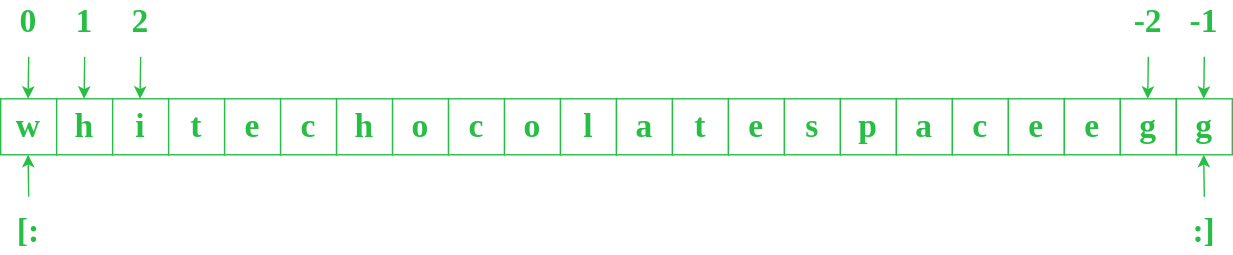
VChuzlov/SA keeps this draw.io diagram as 2024/Lec/Lec-01/slice.drawio.svg. Above is the earlier version. Source tidied: cells renumbered, new cells last; positions are measured from the earlier drawing's top-left corner, leaving out a move shared by most shapes. Source of this version:
```xml
<mxGraphModel>
  <root>
    <mxCell id="0" />
    <mxCell id="1" parent="0" />
    <mxCell id="2" value="w" style="whiteSpace=wrap;html=1;fontStyle=1;fontFamily=Consolas;fontSize=24;strokeColor=#28BE46;fontColor=#28BE46;" parent="1" vertex="1">
      <mxGeometry y="70" width="40" height="40" as="geometry" />
    </mxCell>
    <mxCell id="3" value="h" style="whiteSpace=wrap;html=1;fontStyle=1;fontFamily=Consolas;fontSize=24;strokeColor=#28BE46;fontColor=#28BE46;" parent="1" vertex="1">
      <mxGeometry x="40" y="70" width="40" height="40" as="geometry" />
    </mxCell>
    <mxCell id="4" value="i" style="whiteSpace=wrap;html=1;fontStyle=1;fontFamily=Consolas;fontSize=24;strokeColor=#28BE46;fontColor=#28BE46;" parent="1" vertex="1">
      <mxGeometry x="80" y="70" width="40" height="40" as="geometry" />
    </mxCell>
    <mxCell id="5" value="t" style="whiteSpace=wrap;html=1;fontStyle=1;fontFamily=Consolas;fontSize=24;strokeColor=#28BE46;fontColor=#28BE46;" parent="1" vertex="1">
      <mxGeometry x="120" y="70" width="40" height="40" as="geometry" />
    </mxCell>
    <mxCell id="6" value="e" style="whiteSpace=wrap;html=1;fontStyle=1;fontFamily=Consolas;fontSize=24;strokeColor=#28BE46;fontColor=#28BE46;" parent="1" vertex="1">
      <mxGeometry x="160" y="70" width="40" height="40" as="geometry" />
    </mxCell>
    <mxCell id="7" value="c" style="whiteSpace=wrap;html=1;fontStyle=1;fontFamily=Consolas;fontSize=24;strokeColor=#28BE46;fontColor=#28BE46;" parent="1" vertex="1">
      <mxGeometry x="200" y="70" width="40" height="40" as="geometry" />
    </mxCell>
    <mxCell id="8" value="h" style="whiteSpace=wrap;html=1;fontStyle=1;fontFamily=Consolas;fontSize=24;strokeColor=#28BE46;fontColor=#28BE46;" parent="1" vertex="1">
      <mxGeometry x="240" y="70" width="40" height="40" as="geometry" />
    </mxCell>
    <mxCell id="9" value="o" style="whiteSpace=wrap;html=1;fontStyle=1;fontFamily=Consolas;fontSize=24;strokeColor=#28BE46;fontColor=#28BE46;" parent="1" vertex="1">
      <mxGeometry x="280" y="70" width="40" height="40" as="geometry" />
    </mxCell>
    <mxCell id="10" value="c" style="whiteSpace=wrap;html=1;fontStyle=1;fontFamily=Consolas;fontSize=24;strokeColor=#28BE46;fontColor=#28BE46;" parent="1" vertex="1">
      <mxGeometry x="320" y="70" width="40" height="40" as="geometry" />
    </mxCell>
    <mxCell id="11" value="o" style="whiteSpace=wrap;html=1;fontStyle=1;fontFamily=Consolas;fontSize=24;strokeColor=#28BE46;fontColor=#28BE46;" parent="1" vertex="1">
      <mxGeometry x="360" y="70" width="40" height="40" as="geometry" />
    </mxCell>
    <mxCell id="12" value="l" style="whiteSpace=wrap;html=1;fontStyle=1;fontFamily=Consolas;fontSize=24;strokeColor=#28BE46;fontColor=#28BE46;" parent="1" vertex="1">
      <mxGeometry x="400" y="70" width="40" height="40" as="geometry" />
    </mxCell>
    <mxCell id="13" value="a" style="whiteSpace=wrap;html=1;fontStyle=1;fontFamily=Consolas;fontSize=24;strokeColor=#28BE46;fontColor=#28BE46;" parent="1" vertex="1">
      <mxGeometry x="440" y="70" width="40" height="40" as="geometry" />
    </mxCell>
    <mxCell id="14" value="t" style="whiteSpace=wrap;html=1;fontStyle=1;fontFamily=Consolas;fontSize=24;strokeColor=#28BE46;fontColor=#28BE46;" parent="1" vertex="1">
      <mxGeometry x="480" y="70" width="40" height="40" as="geometry" />
    </mxCell>
    <mxCell id="15" value="e" style="whiteSpace=wrap;html=1;fontStyle=1;fontFamily=Consolas;fontSize=24;strokeColor=#28BE46;fontColor=#28BE46;" parent="1" vertex="1">
      <mxGeometry x="520" y="70" width="40" height="40" as="geometry" />
    </mxCell>
    <mxCell id="16" value="s" style="whiteSpace=wrap;html=1;fontStyle=1;fontFamily=Consolas;fontSize=24;strokeColor=#28BE46;fontColor=#28BE46;" parent="1" vertex="1">
      <mxGeometry x="560" y="70" width="40" height="40" as="geometry" />
    </mxCell>
    <mxCell id="17" value="p" style="whiteSpace=wrap;html=1;fontStyle=1;fontFamily=Consolas;fontSize=24;strokeColor=#28BE46;fontColor=#28BE46;" parent="1" vertex="1">
      <mxGeometry x="600" y="70" width="40" height="40" as="geometry" />
    </mxCell>
    <mxCell id="18" value="a" style="whiteSpace=wrap;html=1;fontStyle=1;fontFamily=Consolas;fontSize=24;strokeColor=#28BE46;fontColor=#28BE46;" parent="1" vertex="1">
      <mxGeometry x="640" y="70" width="40" height="40" as="geometry" />
    </mxCell>
    <mxCell id="19" value="c" style="whiteSpace=wrap;html=1;fontStyle=1;fontFamily=Consolas;fontSize=24;strokeColor=#28BE46;fontColor=#28BE46;" parent="1" vertex="1">
      <mxGeometry x="680" y="70" width="40" height="40" as="geometry" />
    </mxCell>
    <mxCell id="20" value="e" style="whiteSpace=wrap;html=1;fontStyle=1;fontFamily=Consolas;fontSize=24;strokeColor=#28BE46;fontColor=#28BE46;" parent="1" vertex="1">
      <mxGeometry x="720" y="70" width="40" height="40" as="geometry" />
    </mxCell>
    <mxCell id="21" value="e" style="whiteSpace=wrap;html=1;fontStyle=1;fontFamily=Consolas;fontSize=24;strokeColor=#28BE46;fontColor=#28BE46;" parent="1" vertex="1">
      <mxGeometry x="760" y="70" width="40" height="40" as="geometry" />
    </mxCell>
    <mxCell id="22" value="g" style="whiteSpace=wrap;html=1;fontStyle=1;fontFamily=Consolas;fontSize=24;strokeColor=#28BE46;fontColor=#28BE46;" parent="1" vertex="1">
      <mxGeometry x="800" y="70" width="40" height="40" as="geometry" />
    </mxCell>
    <mxCell id="23" value="g" style="whiteSpace=wrap;html=1;fontStyle=1;fontFamily=Consolas;fontSize=24;strokeColor=#28BE46;fontColor=#28BE46;" parent="1" vertex="1">
      <mxGeometry x="840" y="70" width="40" height="40" as="geometry" />
    </mxCell>
    <mxCell id="24" style="endArrow=classic;html=1;fontFamily=Consolas;fontSize=24;fontColor=#28BE46;strokeColor=#28BE46;fontStyle=1;" parent="1" edge="1">
      <mxGeometry relative="1" as="geometry">
        <mxPoint x="20" y="40" as="sourcePoint" />
        <mxPoint x="19.6" y="70" as="targetPoint" />
      </mxGeometry>
    </mxCell>
    <mxCell id="25" style="endArrow=classic;html=1;fontFamily=Consolas;fontSize=24;fontColor=#28BE46;strokeColor=#28BE46;fontStyle=1;" parent="1" edge="1">
      <mxGeometry relative="1" as="geometry">
        <mxPoint x="860" y="40" as="sourcePoint" />
        <mxPoint x="859.6" y="70" as="targetPoint" />
      </mxGeometry>
    </mxCell>
    <mxCell id="26" style="endArrow=classic;html=1;fontFamily=Consolas;fontSize=24;fontColor=#28BE46;strokeColor=#28BE46;fontStyle=1;" parent="1" edge="1">
      <mxGeometry relative="1" as="geometry">
        <mxPoint x="60" y="40" as="sourcePoint" />
        <mxPoint x="59.6" y="70" as="targetPoint" />
      </mxGeometry>
    </mxCell>
    <mxCell id="27" style="endArrow=classic;html=1;fontFamily=Consolas;fontSize=24;fontColor=#28BE46;strokeColor=#28BE46;fontStyle=1;" parent="1" edge="1">
      <mxGeometry relative="1" as="geometry">
        <mxPoint x="100" y="40" as="sourcePoint" />
        <mxPoint x="99.6" y="70" as="targetPoint" />
      </mxGeometry>
    </mxCell>
    <mxCell id="28" style="endArrow=classic;html=1;fontFamily=Consolas;fontSize=24;fontColor=#28BE46;strokeColor=#28BE46;fontStyle=1;" parent="1" edge="1">
      <mxGeometry relative="1" as="geometry">
        <mxPoint x="820" y="40" as="sourcePoint" />
        <mxPoint x="819.6" y="70" as="targetPoint" />
      </mxGeometry>
    </mxCell>
    <mxCell id="29" style="endArrow=classic;html=1;fontFamily=Consolas;fontSize=24;fontColor=#28BE46;strokeColor=#28BE46;fontStyle=1;" parent="1" edge="1">
      <mxGeometry relative="1" as="geometry">
        <mxPoint x="20" y="140" as="sourcePoint" />
        <mxPoint x="19.6" y="110" as="targetPoint" />
      </mxGeometry>
    </mxCell>
    <mxCell id="30" style="endArrow=classic;html=1;fontFamily=Consolas;fontSize=24;fontColor=#28BE46;strokeColor=#28BE46;fontStyle=1;" parent="1" edge="1">
      <mxGeometry relative="1" as="geometry">
        <mxPoint x="860" y="140" as="sourcePoint" />
        <mxPoint x="859.6" y="110" as="targetPoint" />
      </mxGeometry>
    </mxCell>
    <mxCell id="31" value="0" style="text;strokeColor=none;align=center;fillColor=none;html=1;verticalAlign=middle;whiteSpace=wrap;rounded=0;fontSize=24;fontFamily=Consolas;fontColor=#28BE46;fontStyle=1;" parent="1" vertex="1">
      <mxGeometry width="40" height="30" as="geometry" />
    </mxCell>
    <mxCell id="32" value="1" style="text;strokeColor=none;align=center;fillColor=none;html=1;verticalAlign=middle;whiteSpace=wrap;rounded=0;fontSize=24;fontFamily=Consolas;fontColor=#28BE46;fontStyle=1;" parent="1" vertex="1">
      <mxGeometry x="40" width="40" height="30" as="geometry" />
    </mxCell>
    <mxCell id="33" value="2" style="text;strokeColor=none;align=center;fillColor=none;html=1;verticalAlign=middle;whiteSpace=wrap;rounded=0;fontSize=24;fontFamily=Consolas;fontColor=#28BE46;fontStyle=1;" parent="1" vertex="1">
      <mxGeometry x="80" width="40" height="30" as="geometry" />
    </mxCell>
    <mxCell id="34" value="[:" style="text;strokeColor=none;align=center;fillColor=none;html=1;verticalAlign=middle;whiteSpace=wrap;rounded=0;fontSize=24;fontFamily=Consolas;fontColor=#28BE46;fontStyle=1;" parent="1" vertex="1">
      <mxGeometry y="150" width="40" height="30" as="geometry" />
    </mxCell>
    <mxCell id="35" value=":]" style="text;strokeColor=none;align=center;fillColor=none;html=1;verticalAlign=middle;whiteSpace=wrap;rounded=0;fontSize=24;fontFamily=Consolas;fontColor=#28BE46;fontStyle=1;" parent="1" vertex="1">
      <mxGeometry x="840" y="150" width="40" height="30" as="geometry" />
    </mxCell>
    <mxCell id="36" value="-2" style="text;strokeColor=none;align=center;fillColor=none;html=1;verticalAlign=middle;whiteSpace=wrap;rounded=0;fontSize=24;fontFamily=Consolas;fontColor=#28BE46;fontStyle=1;" parent="1" vertex="1">
      <mxGeometry x="800" width="40" height="30" as="geometry" />
    </mxCell>
    <mxCell id="37" value="-1" style="text;strokeColor=none;align=center;fillColor=none;html=1;verticalAlign=middle;whiteSpace=wrap;rounded=0;fontSize=24;fontFamily=Consolas;fontColor=#28BE46;fontStyle=1;" parent="1" vertex="1">
      <mxGeometry x="840" width="40" height="30" as="geometry" />
    </mxCell>
  </root>
</mxGraphModel>
```
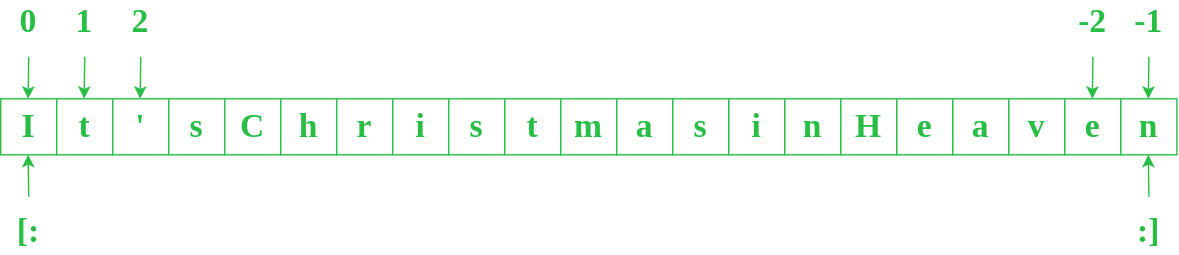
Later version of the same file.

Change to the diagram source:
```diff
@@ -2,72 +2,69 @@
   <root>
     <mxCell id="0" />
     <mxCell id="1" parent="0" />
-    <mxCell id="2" value="w" style="whiteSpace=wrap;html=1;fontStyle=1;fontFamily=Consolas;fontSize=24;strokeColor=#28BE46;fontColor=#28BE46;" parent="1" vertex="1">
+    <mxCell id="2" value="I" style="whiteSpace=wrap;html=1;fontStyle=1;fontFamily=Consolas;fontSize=24;strokeColor=#28BE46;fontColor=#28BE46;" parent="1" vertex="1">
       <mxGeometry y="70" width="40" height="40" as="geometry" />
     </mxCell>
-    <mxCell id="3" value="h" style="whiteSpace=wrap;html=1;fontStyle=1;fontFamily=Consolas;fontSize=24;strokeColor=#28BE46;fontColor=#28BE46;" parent="1" vertex="1">
+    <mxCell id="3" value="t" style="whiteSpace=wrap;html=1;fontStyle=1;fontFamily=Consolas;fontSize=24;strokeColor=#28BE46;fontColor=#28BE46;" parent="1" vertex="1">
       <mxGeometry x="40" y="70" width="40" height="40" as="geometry" />
     </mxCell>
-    <mxCell id="4" value="i" style="whiteSpace=wrap;html=1;fontStyle=1;fontFamily=Consolas;fontSize=24;strokeColor=#28BE46;fontColor=#28BE46;" parent="1" vertex="1">
+    <mxCell id="4" value="'" style="whiteSpace=wrap;html=1;fontStyle=1;fontFamily=Consolas;fontSize=24;strokeColor=#28BE46;fontColor=#28BE46;" parent="1" vertex="1">
       <mxGeometry x="80" y="70" width="40" height="40" as="geometry" />
     </mxCell>
-    <mxCell id="5" value="t" style="whiteSpace=wrap;html=1;fontStyle=1;fontFamily=Consolas;fontSize=24;strokeColor=#28BE46;fontColor=#28BE46;" parent="1" vertex="1">
+    <mxCell id="5" value="s" style="whiteSpace=wrap;html=1;fontStyle=1;fontFamily=Consolas;fontSize=24;strokeColor=#28BE46;fontColor=#28BE46;" parent="1" vertex="1">
       <mxGeometry x="120" y="70" width="40" height="40" as="geometry" />
     </mxCell>
-    <mxCell id="6" value="e" style="whiteSpace=wrap;html=1;fontStyle=1;fontFamily=Consolas;fontSize=24;strokeColor=#28BE46;fontColor=#28BE46;" parent="1" vertex="1">
+    <mxCell id="6" value="C" style="whiteSpace=wrap;html=1;fontStyle=1;fontFamily=Consolas;fontSize=24;strokeColor=#28BE46;fontColor=#28BE46;" parent="1" vertex="1">
       <mxGeometry x="160" y="70" width="40" height="40" as="geometry" />
     </mxCell>
-    <mxCell id="7" value="c" style="whiteSpace=wrap;html=1;fontStyle=1;fontFamily=Consolas;fontSize=24;strokeColor=#28BE46;fontColor=#28BE46;" parent="1" vertex="1">
+    <mxCell id="7" value="h" style="whiteSpace=wrap;html=1;fontStyle=1;fontFamily=Consolas;fontSize=24;strokeColor=#28BE46;fontColor=#28BE46;" parent="1" vertex="1">
       <mxGeometry x="200" y="70" width="40" height="40" as="geometry" />
     </mxCell>
-    <mxCell id="8" value="h" style="whiteSpace=wrap;html=1;fontStyle=1;fontFamily=Consolas;fontSize=24;strokeColor=#28BE46;fontColor=#28BE46;" parent="1" vertex="1">
+    <mxCell id="8" value="r" style="whiteSpace=wrap;html=1;fontStyle=1;fontFamily=Consolas;fontSize=24;strokeColor=#28BE46;fontColor=#28BE46;" parent="1" vertex="1">
       <mxGeometry x="240" y="70" width="40" height="40" as="geometry" />
     </mxCell>
-    <mxCell id="9" value="o" style="whiteSpace=wrap;html=1;fontStyle=1;fontFamily=Consolas;fontSize=24;strokeColor=#28BE46;fontColor=#28BE46;" parent="1" vertex="1">
+    <mxCell id="9" value="i" style="whiteSpace=wrap;html=1;fontStyle=1;fontFamily=Consolas;fontSize=24;strokeColor=#28BE46;fontColor=#28BE46;" parent="1" vertex="1">
       <mxGeometry x="280" y="70" width="40" height="40" as="geometry" />
     </mxCell>
-    <mxCell id="10" value="c" style="whiteSpace=wrap;html=1;fontStyle=1;fontFamily=Consolas;fontSize=24;strokeColor=#28BE46;fontColor=#28BE46;" parent="1" vertex="1">
+    <mxCell id="10" value="s" style="whiteSpace=wrap;html=1;fontStyle=1;fontFamily=Consolas;fontSize=24;strokeColor=#28BE46;fontColor=#28BE46;" parent="1" vertex="1">
       <mxGeometry x="320" y="70" width="40" height="40" as="geometry" />
     </mxCell>
-    <mxCell id="11" value="o" style="whiteSpace=wrap;html=1;fontStyle=1;fontFamily=Consolas;fontSize=24;strokeColor=#28BE46;fontColor=#28BE46;" parent="1" vertex="1">
+    <mxCell id="11" value="t" style="whiteSpace=wrap;html=1;fontStyle=1;fontFamily=Consolas;fontSize=24;strokeColor=#28BE46;fontColor=#28BE46;" parent="1" vertex="1">
       <mxGeometry x="360" y="70" width="40" height="40" as="geometry" />
     </mxCell>
-    <mxCell id="12" value="l" style="whiteSpace=wrap;html=1;fontStyle=1;fontFamily=Consolas;fontSize=24;strokeColor=#28BE46;fontColor=#28BE46;" parent="1" vertex="1">
+    <mxCell id="12" value="m" style="whiteSpace=wrap;html=1;fontStyle=1;fontFamily=Consolas;fontSize=24;strokeColor=#28BE46;fontColor=#28BE46;" parent="1" vertex="1">
       <mxGeometry x="400" y="70" width="40" height="40" as="geometry" />
     </mxCell>
     <mxCell id="13" value="a" style="whiteSpace=wrap;html=1;fontStyle=1;fontFamily=Consolas;fontSize=24;strokeColor=#28BE46;fontColor=#28BE46;" parent="1" vertex="1">
       <mxGeometry x="440" y="70" width="40" height="40" as="geometry" />
     </mxCell>
-    <mxCell id="14" value="t" style="whiteSpace=wrap;html=1;fontStyle=1;fontFamily=Consolas;fontSize=24;strokeColor=#28BE46;fontColor=#28BE46;" parent="1" vertex="1">
+    <mxCell id="14" value="s" style="whiteSpace=wrap;html=1;fontStyle=1;fontFamily=Consolas;fontSize=24;strokeColor=#28BE46;fontColor=#28BE46;" parent="1" vertex="1">
       <mxGeometry x="480" y="70" width="40" height="40" as="geometry" />
     </mxCell>
-    <mxCell id="15" value="e" style="whiteSpace=wrap;html=1;fontStyle=1;fontFamily=Consolas;fontSize=24;strokeColor=#28BE46;fontColor=#28BE46;" parent="1" vertex="1">
+    <mxCell id="15" value="i" style="whiteSpace=wrap;html=1;fontStyle=1;fontFamily=Consolas;fontSize=24;strokeColor=#28BE46;fontColor=#28BE46;" parent="1" vertex="1">
       <mxGeometry x="520" y="70" width="40" height="40" as="geometry" />
     </mxCell>
-    <mxCell id="16" value="s" style="whiteSpace=wrap;html=1;fontStyle=1;fontFamily=Consolas;fontSize=24;strokeColor=#28BE46;fontColor=#28BE46;" parent="1" vertex="1">
+    <mxCell id="16" value="n" style="whiteSpace=wrap;html=1;fontStyle=1;fontFamily=Consolas;fontSize=24;strokeColor=#28BE46;fontColor=#28BE46;" parent="1" vertex="1">
       <mxGeometry x="560" y="70" width="40" height="40" as="geometry" />
     </mxCell>
-    <mxCell id="17" value="p" style="whiteSpace=wrap;html=1;fontStyle=1;fontFamily=Consolas;fontSize=24;strokeColor=#28BE46;fontColor=#28BE46;" parent="1" vertex="1">
+    <mxCell id="17" value="H" style="whiteSpace=wrap;html=1;fontStyle=1;fontFamily=Consolas;fontSize=24;strokeColor=#28BE46;fontColor=#28BE46;" parent="1" vertex="1">
       <mxGeometry x="600" y="70" width="40" height="40" as="geometry" />
     </mxCell>
-    <mxCell id="18" value="a" style="whiteSpace=wrap;html=1;fontStyle=1;fontFamily=Consolas;fontSize=24;strokeColor=#28BE46;fontColor=#28BE46;" parent="1" vertex="1">
+    <mxCell id="18" value="e" style="whiteSpace=wrap;html=1;fontStyle=1;fontFamily=Consolas;fontSize=24;strokeColor=#28BE46;fontColor=#28BE46;" parent="1" vertex="1">
       <mxGeometry x="640" y="70" width="40" height="40" as="geometry" />
     </mxCell>
-    <mxCell id="19" value="c" style="whiteSpace=wrap;html=1;fontStyle=1;fontFamily=Consolas;fontSize=24;strokeColor=#28BE46;fontColor=#28BE46;" parent="1" vertex="1">
+    <mxCell id="19" value="a" style="whiteSpace=wrap;html=1;fontStyle=1;fontFamily=Consolas;fontSize=24;strokeColor=#28BE46;fontColor=#28BE46;" parent="1" vertex="1">
       <mxGeometry x="680" y="70" width="40" height="40" as="geometry" />
     </mxCell>
-    <mxCell id="20" value="e" style="whiteSpace=wrap;html=1;fontStyle=1;fontFamily=Consolas;fontSize=24;strokeColor=#28BE46;fontColor=#28BE46;" parent="1" vertex="1">
+    <mxCell id="20" value="v" style="whiteSpace=wrap;html=1;fontStyle=1;fontFamily=Consolas;fontSize=24;strokeColor=#28BE46;fontColor=#28BE46;" parent="1" vertex="1">
       <mxGeometry x="720" y="70" width="40" height="40" as="geometry" />
     </mxCell>
     <mxCell id="21" value="e" style="whiteSpace=wrap;html=1;fontStyle=1;fontFamily=Consolas;fontSize=24;strokeColor=#28BE46;fontColor=#28BE46;" parent="1" vertex="1">
       <mxGeometry x="760" y="70" width="40" height="40" as="geometry" />
     </mxCell>
-    <mxCell id="22" value="g" style="whiteSpace=wrap;html=1;fontStyle=1;fontFamily=Consolas;fontSize=24;strokeColor=#28BE46;fontColor=#28BE46;" parent="1" vertex="1">
+    <mxCell id="22" value="n" style="whiteSpace=wrap;html=1;fontStyle=1;fontFamily=Consolas;fontSize=24;strokeColor=#28BE46;fontColor=#28BE46;" parent="1" vertex="1">
       <mxGeometry x="800" y="70" width="40" height="40" as="geometry" />
     </mxCell>
-    <mxCell id="23" value="g" style="whiteSpace=wrap;html=1;fontStyle=1;fontFamily=Consolas;fontSize=24;strokeColor=#28BE46;fontColor=#28BE46;" parent="1" vertex="1">
-      <mxGeometry x="840" y="70" width="40" height="40" as="geometry" />
-    </mxCell>
     <mxCell id="24" style="endArrow=classic;html=1;fontFamily=Consolas;fontSize=24;fontColor=#28BE46;strokeColor=#28BE46;fontStyle=1;" parent="1" edge="1">
       <mxGeometry relative="1" as="geometry">
         <mxPoint x="20" y="40" as="sourcePoint" />
@@ -76,8 +73,8 @@
     </mxCell>
     <mxCell id="25" style="endArrow=classic;html=1;fontFamily=Consolas;fontSize=24;fontColor=#28BE46;strokeColor=#28BE46;fontStyle=1;" parent="1" edge="1">
       <mxGeometry relative="1" as="geometry">
-        <mxPoint x="860" y="40" as="sourcePoint" />
-        <mxPoint x="859.6" y="70" as="targetPoint" />
+        <mxPoint x="820" y="40" as="sourcePoint" />
+        <mxPoint x="819.6" y="70" as="targetPoint" />
       </mxGeometry>
     </mxCell>
     <mxCell id="26" style="endArrow=classic;html=1;fontFamily=Consolas;fontSize=24;fontColor=#28BE46;strokeColor=#28BE46;fontStyle=1;" parent="1" edge="1">
@@ -94,8 +91,8 @@
     </mxCell>
     <mxCell id="28" style="endArrow=classic;html=1;fontFamily=Consolas;fontSize=24;fontColor=#28BE46;strokeColor=#28BE46;fontStyle=1;" parent="1" edge="1">
       <mxGeometry relative="1" as="geometry">
-        <mxPoint x="820" y="40" as="sourcePoint" />
-        <mxPoint x="819.6" y="70" as="targetPoint" />
+        <mxPoint x="780" y="40" as="sourcePoint" />
+        <mxPoint x="779.6" y="70" as="targetPoint" />
       </mxGeometry>
     </mxCell>
     <mxCell id="29" style="endArrow=classic;html=1;fontFamily=Consolas;fontSize=24;fontColor=#28BE46;strokeColor=#28BE46;fontStyle=1;" parent="1" edge="1">
@@ -106,8 +103,8 @@
     </mxCell>
     <mxCell id="30" style="endArrow=classic;html=1;fontFamily=Consolas;fontSize=24;fontColor=#28BE46;strokeColor=#28BE46;fontStyle=1;" parent="1" edge="1">
       <mxGeometry relative="1" as="geometry">
-        <mxPoint x="860" y="140" as="sourcePoint" />
-        <mxPoint x="859.6" y="110" as="targetPoint" />
+        <mxPoint x="820" y="140" as="sourcePoint" />
+        <mxPoint x="819.6" y="110" as="targetPoint" />
       </mxGeometry>
     </mxCell>
     <mxCell id="31" value="0" style="text;strokeColor=none;align=center;fillColor=none;html=1;verticalAlign=middle;whiteSpace=wrap;rounded=0;fontSize=24;fontFamily=Consolas;fontColor=#28BE46;fontStyle=1;" parent="1" vertex="1">
@@ -123,13 +120,13 @@
       <mxGeometry y="150" width="40" height="30" as="geometry" />
     </mxCell>
     <mxCell id="35" value=":]" style="text;strokeColor=none;align=center;fillColor=none;html=1;verticalAlign=middle;whiteSpace=wrap;rounded=0;fontSize=24;fontFamily=Consolas;fontColor=#28BE46;fontStyle=1;" parent="1" vertex="1">
-      <mxGeometry x="840" y="150" width="40" height="30" as="geometry" />
+      <mxGeometry x="800" y="150" width="40" height="30" as="geometry" />
     </mxCell>
     <mxCell id="36" value="-2" style="text;strokeColor=none;align=center;fillColor=none;html=1;verticalAlign=middle;whiteSpace=wrap;rounded=0;fontSize=24;fontFamily=Consolas;fontColor=#28BE46;fontStyle=1;" parent="1" vertex="1">
-      <mxGeometry x="800" width="40" height="30" as="geometry" />
+      <mxGeometry x="760" width="40" height="30" as="geometry" />
     </mxCell>
     <mxCell id="37" value="-1" style="text;strokeColor=none;align=center;fillColor=none;html=1;verticalAlign=middle;whiteSpace=wrap;rounded=0;fontSize=24;fontFamily=Consolas;fontColor=#28BE46;fontStyle=1;" parent="1" vertex="1">
-      <mxGeometry x="840" width="40" height="30" as="geometry" />
+      <mxGeometry x="800" width="40" height="30" as="geometry" />
     </mxCell>
   </root>
 </mxGraphModel>
```
